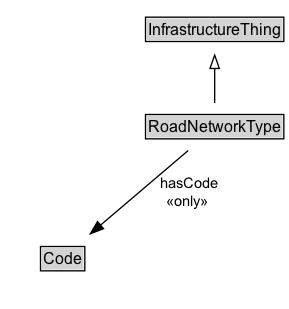
Above: docs/diagrams/RoadNetworkType.dot.png in ISO-TC204/ontology-cdm-p2-v1 (Graphviz), before the change. Its source is kept beside it as docs/diagrams/RoadNetworkType.dot.
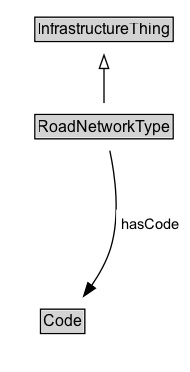
After the commit.

What changed in the source:
```diff
@@ -3,18 +3,21 @@
 	node [fontname=Arial fontsize=12 margin=0 shape=none]
 	edge [fontname=Arial fontsize=11]
 	{
+		rank=source
+		InfrastructureThing [label=<<TABLE BORDER="1" CELLBORDER="0" CELLSPACING="0" CELLPADDING="1"><TR><TD BGCOLOR="lightgray" ALIGN="CENTER">InfrastructureThing</TD></TR></TABLE>> URL="../InfrastructureThing" margin=0]
+	}
+	RoadNetworkType [label=<<TABLE BORDER="1" CELLBORDER="0" CELLSPACING="0" CELLPADDING="1"><TR><TD BGCOLOR="lightgray" ALIGN="CENTER">RoadNetworkType</TD></TR></TABLE>> URL="../RoadNetworkType" margin=0]
+	{
 		rank=max
-		RoadNetworkType [label=<<TABLE BORDER="1" CELLBORDER="0" CELLSPACING="0" CELLPADDING="1"><TR><TD BGCOLOR="lightgray" ALIGN="CENTER" PORT="e">RoadNetworkType</TD></TR></TABLE>> URL="../RoadNetworkType.md" margin=0]
 	}
 	subgraph cluster_associated {
 		label="" style=invis
 		Invis [label=<<TABLE BORDER="0" CELLBORDER="0" CELLSPACING="0" CELLPADDING="1"><TR><TD></TD></TR></TABLE>> margin=0 style=invis]
-		Code [label=<<TABLE BORDER="1" CELLBORDER="0" CELLSPACING="0" CELLPADDING="1"><TR><TD BGCOLOR="lightgray" ALIGN="CENTER">Code</TD></TR></TABLE>> URL="../Code.md" margin=0]
+		Code [label=<<TABLE BORDER="1" CELLBORDER="0" CELLSPACING="0" CELLPADDING="1"><TR><TD BGCOLOR="lightgray" ALIGN="CENTER">Code</TD></TR></TABLE>> URL="../Code" margin=0]
 	}
-	InfrastructureThing [label=<<TABLE BORDER="1" CELLBORDER="0" CELLSPACING="0" CELLPADDING="1"><TR><TD BGCOLOR="lightgray" ALIGN="CENTER">InfrastructureThing</TD></TR></TABLE>> URL="../InfrastructureThing.md" margin=0]
 	RoadNetworkType -> InfrastructureThing [arrowhead=onormal style=solid]
 	RoadNetworkType -> Invis [style=invis]
 	Invis -> Code [style=invis]
-	RoadNetworkType -> Code [label=" hasCode
- «only»  " arrowhead=normal style=solid]
+	Code [label=<<TABLE BORDER="1" CELLBORDER="0" CELLSPACING="0" CELLPADDING="1"><TR><TD BGCOLOR="lightgray" ALIGN="CENTER">Code</TD></TR></TABLE>> URL="../Code" margin=0]
+	RoadNetworkType -> Code [label=<<TABLE BORDER="0" CELLBORDER="0" CELLSPACING="0" CELLPADDING="4" BGCOLOR="white"><TR><TD ALIGN="CENTER">hasCode</TD></TR></TABLE>> arrowhead=normal style=solid]
 }
```
